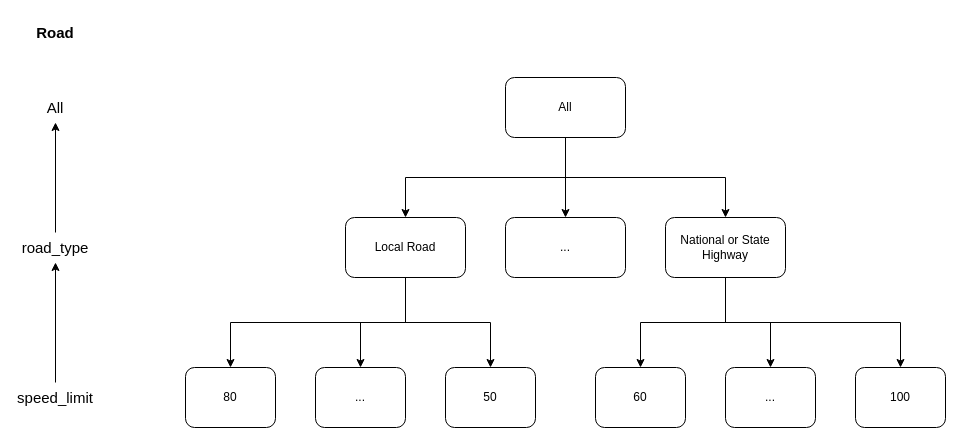
The draw.io diagram Road Concept Hierarchy.drawio in NekoTRSH/Drawing, before the edit. Source tidied: cells renumbered, new cells numbered last; positions are measured from the earlier drawing's top-left corner, leaving out a move shared by most shapes. Both pictures are drawn from the tidied source at 100%, with x=0, y=0 at pixel (25, 17).
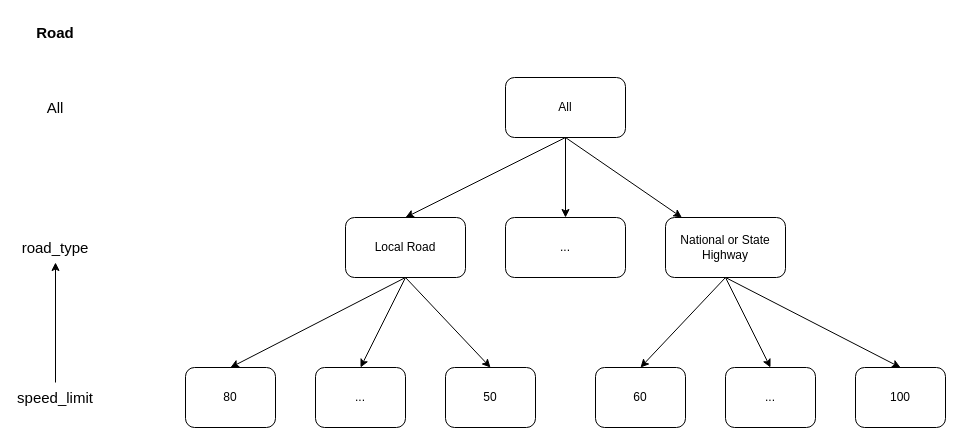
After the change.

The change refers to these unchanged cells:
```xml
<mxCell id="6" value="All" style="rounded=1;whiteSpace=wrap;html=1;" parent="1" vertex="1">
  <mxGeometry x="480" y="60" width="120" height="60" as="geometry" />
</mxCell>
<mxCell id="7" value="All" style="text;html=1;align=center;verticalAlign=middle;whiteSpace=wrap;rounded=0;fontSize=15;" parent="1" vertex="1">
  <mxGeometry y="75" width="60" height="30" as="geometry" />
</mxCell>
<mxCell id="11" value="road_type" style="text;html=1;align=center;verticalAlign=middle;whiteSpace=wrap;rounded=0;fontSize=15;" parent="1" vertex="1">
  <mxGeometry y="215" width="60" height="30" as="geometry" />
</mxCell>
<mxCell id="15" value="Local Road" style="rounded=1;whiteSpace=wrap;html=1;" parent="1" vertex="1">
  <mxGeometry x="320" y="200" width="120" height="60" as="geometry" />
</mxCell>
<mxCell id="19" value="National or State Highway" style="rounded=1;whiteSpace=wrap;html=1;" parent="1" vertex="1">
  <mxGeometry x="640" y="200" width="120" height="60" as="geometry" />
</mxCell>
<mxCell id="20" value="..." style="rounded=1;whiteSpace=wrap;html=1;" parent="1" vertex="1">
  <mxGeometry x="480" y="200" width="120" height="60" as="geometry" />
</mxCell>
<mxCell id="21" value="80" style="rounded=1;whiteSpace=wrap;html=1;" parent="1" vertex="1">
  <mxGeometry x="160" y="350" width="90" height="60" as="geometry" />
</mxCell>
<mxCell id="22" value="50" style="rounded=1;whiteSpace=wrap;html=1;" parent="1" vertex="1">
  <mxGeometry x="420" y="350" width="90" height="60" as="geometry" />
</mxCell>
<mxCell id="23" value="60" style="rounded=1;whiteSpace=wrap;html=1;" parent="1" vertex="1">
  <mxGeometry x="570" y="350" width="90" height="60" as="geometry" />
</mxCell>
<mxCell id="24" value="100" style="rounded=1;whiteSpace=wrap;html=1;" parent="1" vertex="1">
  <mxGeometry x="830" y="350" width="90" height="60" as="geometry" />
</mxCell>
<mxCell id="25" value="..." style="rounded=1;whiteSpace=wrap;html=1;" parent="1" vertex="1">
  <mxGeometry x="290" y="350" width="90" height="60" as="geometry" />
</mxCell>
<mxCell id="26" value="..." style="rounded=1;whiteSpace=wrap;html=1;" parent="1" vertex="1">
  <mxGeometry x="700" y="350" width="90" height="60" as="geometry" />
</mxCell>
```

The edit, as a diff of the source:
```diff
@@
-    <mxCell id="3" style="edgeStyle=orthogonalEdgeStyle;rounded=0;jettySize=auto;html=1;exitX=0.5;exitY=1;exitDx=0;exitDy=0;entryX=0.5;entryY=0;entryDx=0;entryDy=0;" parent="1" edge="1" source="6" target="20">
+    <mxCell id="3" style="rounded=0;jettySize=auto;html=1;exitX=0.5;exitY=1;exitDx=0;exitDy=0;entryX=0.5;entryY=0;entryDx=0;entryDy=0;" parent="1" edge="1" source="6" target="20">
       <mxGeometry relative="1" as="geometry" />
     </mxCell>
-    <mxCell id="4" style="edgeStyle=orthogonalEdgeStyle;rounded=0;jettySize=auto;html=1;exitX=0.5;exitY=1;exitDx=0;exitDy=0;entryX=0.5;entryY=0;entryDx=0;entryDy=0;" parent="1" edge="1" source="6" target="15">
+    <mxCell id="4" style="rounded=0;jettySize=auto;html=1;exitX=0.5;exitY=1;exitDx=0;exitDy=0;entryX=0.5;entryY=0;entryDx=0;entryDy=0;" parent="1" edge="1" source="6" target="15">
       <mxGeometry relative="1" as="geometry" />
     </mxCell>
-    <mxCell id="5" style="edgeStyle=orthogonalEdgeStyle;rounded=0;jettySize=auto;html=1;exitX=0.5;exitY=1;exitDx=0;exitDy=0;" parent="1" edge="1" source="6" target="19">
+    <mxCell id="5" style="rounded=0;jettySize=auto;html=1;exitX=0.5;exitY=1;exitDx=0;exitDy=0;" parent="1" edge="1" source="6" target="19">
       <mxGeometry relative="1" as="geometry" />
     </mxCell>
@@
-    <mxCell id="10" style="edgeStyle=orthogonalEdgeStyle;rounded=0;jettySize=auto;html=1;exitX=0.5;exitY=0;exitDx=0;exitDy=0;entryX=0.5;entryY=1;entryDx=0;entryDy=0;" parent="1" edge="1" source="11" target="7">
-      <mxGeometry relative="1" as="geometry" />
-    </mxCell>
@@
-    <mxCell id="12" style="edgeStyle=orthogonalEdgeStyle;rounded=0;jettySize=auto;html=1;exitX=0.5;exitY=1;exitDx=0;exitDy=0;entryX=0.5;entryY=0;entryDx=0;entryDy=0;" parent="1" edge="1" source="15" target="21">
+    <mxCell id="12" style="rounded=0;jettySize=auto;html=1;exitX=0.5;exitY=1;exitDx=0;exitDy=0;entryX=0.5;entryY=0;entryDx=0;entryDy=0;" parent="1" edge="1" source="15" target="21">
       <mxGeometry relative="1" as="geometry" />
     </mxCell>
-    <mxCell id="13" style="edgeStyle=orthogonalEdgeStyle;rounded=0;jettySize=auto;html=1;exitX=0.5;exitY=1;exitDx=0;exitDy=0;entryX=0.5;entryY=0;entryDx=0;entryDy=0;" parent="1" edge="1" source="15" target="22">
+    <mxCell id="13" style="rounded=0;jettySize=auto;html=1;exitX=0.5;exitY=1;exitDx=0;exitDy=0;entryX=0.5;entryY=0;entryDx=0;entryDy=0;" parent="1" edge="1" source="15" target="22">
       <mxGeometry relative="1" as="geometry" />
     </mxCell>
-    <mxCell id="14" style="edgeStyle=orthogonalEdgeStyle;rounded=0;jettySize=auto;html=1;exitX=0.5;exitY=1;exitDx=0;exitDy=0;entryX=0.5;entryY=0;entryDx=0;entryDy=0;" parent="1" edge="1" source="15" target="25">
+    <mxCell id="14" style="rounded=0;jettySize=auto;html=1;exitX=0.5;exitY=1;exitDx=0;exitDy=0;entryX=0.5;entryY=0;entryDx=0;entryDy=0;" parent="1" edge="1" source="15" target="25">
       <mxGeometry relative="1" as="geometry" />
     </mxCell>
@@
-    <mxCell id="16" style="edgeStyle=orthogonalEdgeStyle;rounded=0;jettySize=auto;html=1;exitX=0.5;exitY=1;exitDx=0;exitDy=0;entryX=0.5;entryY=0;entryDx=0;entryDy=0;" parent="1" edge="1" source="19" target="23">
+    <mxCell id="16" style="rounded=0;jettySize=auto;html=1;exitX=0.5;exitY=1;exitDx=0;exitDy=0;entryX=0.5;entryY=0;entryDx=0;entryDy=0;" parent="1" edge="1" source="19" target="23">
       <mxGeometry relative="1" as="geometry" />
     </mxCell>
-    <mxCell id="17" style="edgeStyle=orthogonalEdgeStyle;rounded=0;jettySize=auto;html=1;exitX=0.5;exitY=1;exitDx=0;exitDy=0;entryX=0.5;entryY=0;entryDx=0;entryDy=0;" parent="1" edge="1" source="19" target="24">
+    <mxCell id="17" style="rounded=0;jettySize=auto;html=1;exitX=0.5;exitY=1;exitDx=0;exitDy=0;entryX=0.5;entryY=0;entryDx=0;entryDy=0;" parent="1" edge="1" source="19" target="24">
       <mxGeometry relative="1" as="geometry" />
     </mxCell>
-    <mxCell id="18" style="edgeStyle=orthogonalEdgeStyle;rounded=0;jettySize=auto;html=1;exitX=0.5;exitY=1;exitDx=0;exitDy=0;entryX=0.5;entryY=0;entryDx=0;entryDy=0;" parent="1" edge="1" source="19" target="26">
+    <mxCell id="18" style="rounded=0;jettySize=auto;html=1;exitX=0.5;exitY=1;exitDx=0;exitDy=0;entryX=0.5;entryY=0;entryDx=0;entryDy=0;" parent="1" edge="1" source="19" target="26">
       <mxGeometry relative="1" as="geometry" />
     </mxCell>
```
